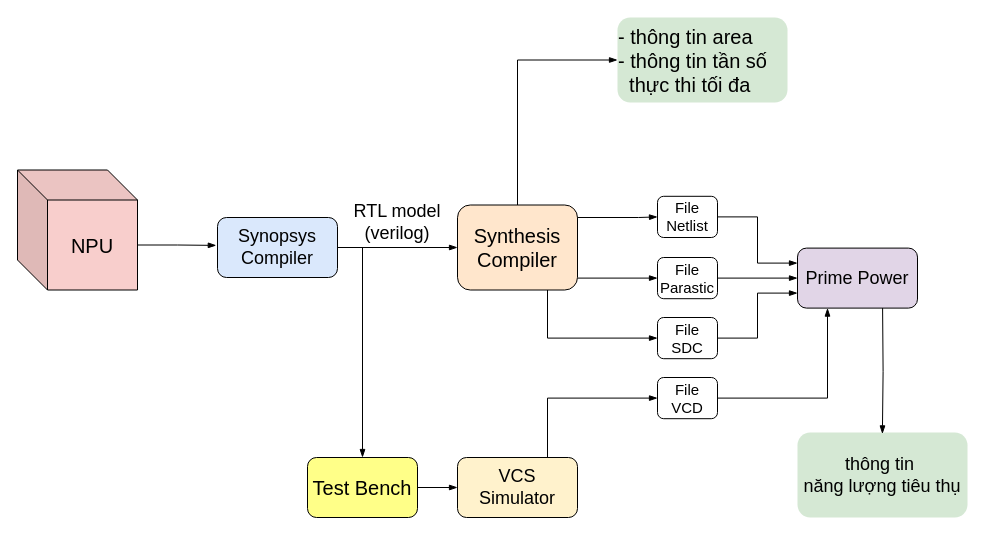
The draw.io diagram page "Page-1" (1 of 3) of Synthesis.drawio in hoangtv2000/document-collection, before the edit. Source tidied: cells renumbered, new cells numbered last; positions are measured from the earlier drawing's top-left corner, leaving out a move shared by most shapes. Both pictures are drawn from the tidied source at 100%, with x=0, y=0 at pixel (17, 17).
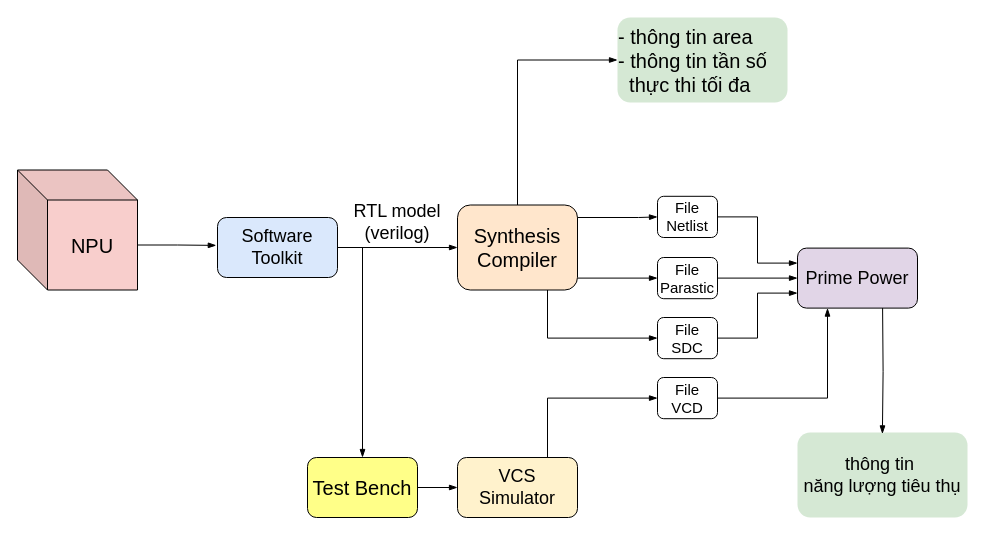
The same diagram, later.

What changed in the source:
```diff
@@
-    <mxCell id="5" value="&lt;font style=&quot;font-size: 18px;&quot;&gt;Synopsys&lt;/font&gt;&lt;div&gt;&lt;font style=&quot;font-size: 18px;&quot;&gt;Compiler&lt;/font&gt;&lt;/div&gt;" style="rounded=1;whiteSpace=wrap;html=1;fillColor=#dae8fc;strokeColor=default;" parent="1" vertex="1">
+    <mxCell id="5" value="&lt;font style=&quot;font-size: 18px;&quot;&gt;Software Toolkit&lt;/font&gt;" style="rounded=1;whiteSpace=wrap;html=1;fillColor=#dae8fc;strokeColor=default;" parent="1" vertex="1">
       <mxGeometry x="200" y="200" width="120" height="60" as="geometry" />
     </mxCell>
```
